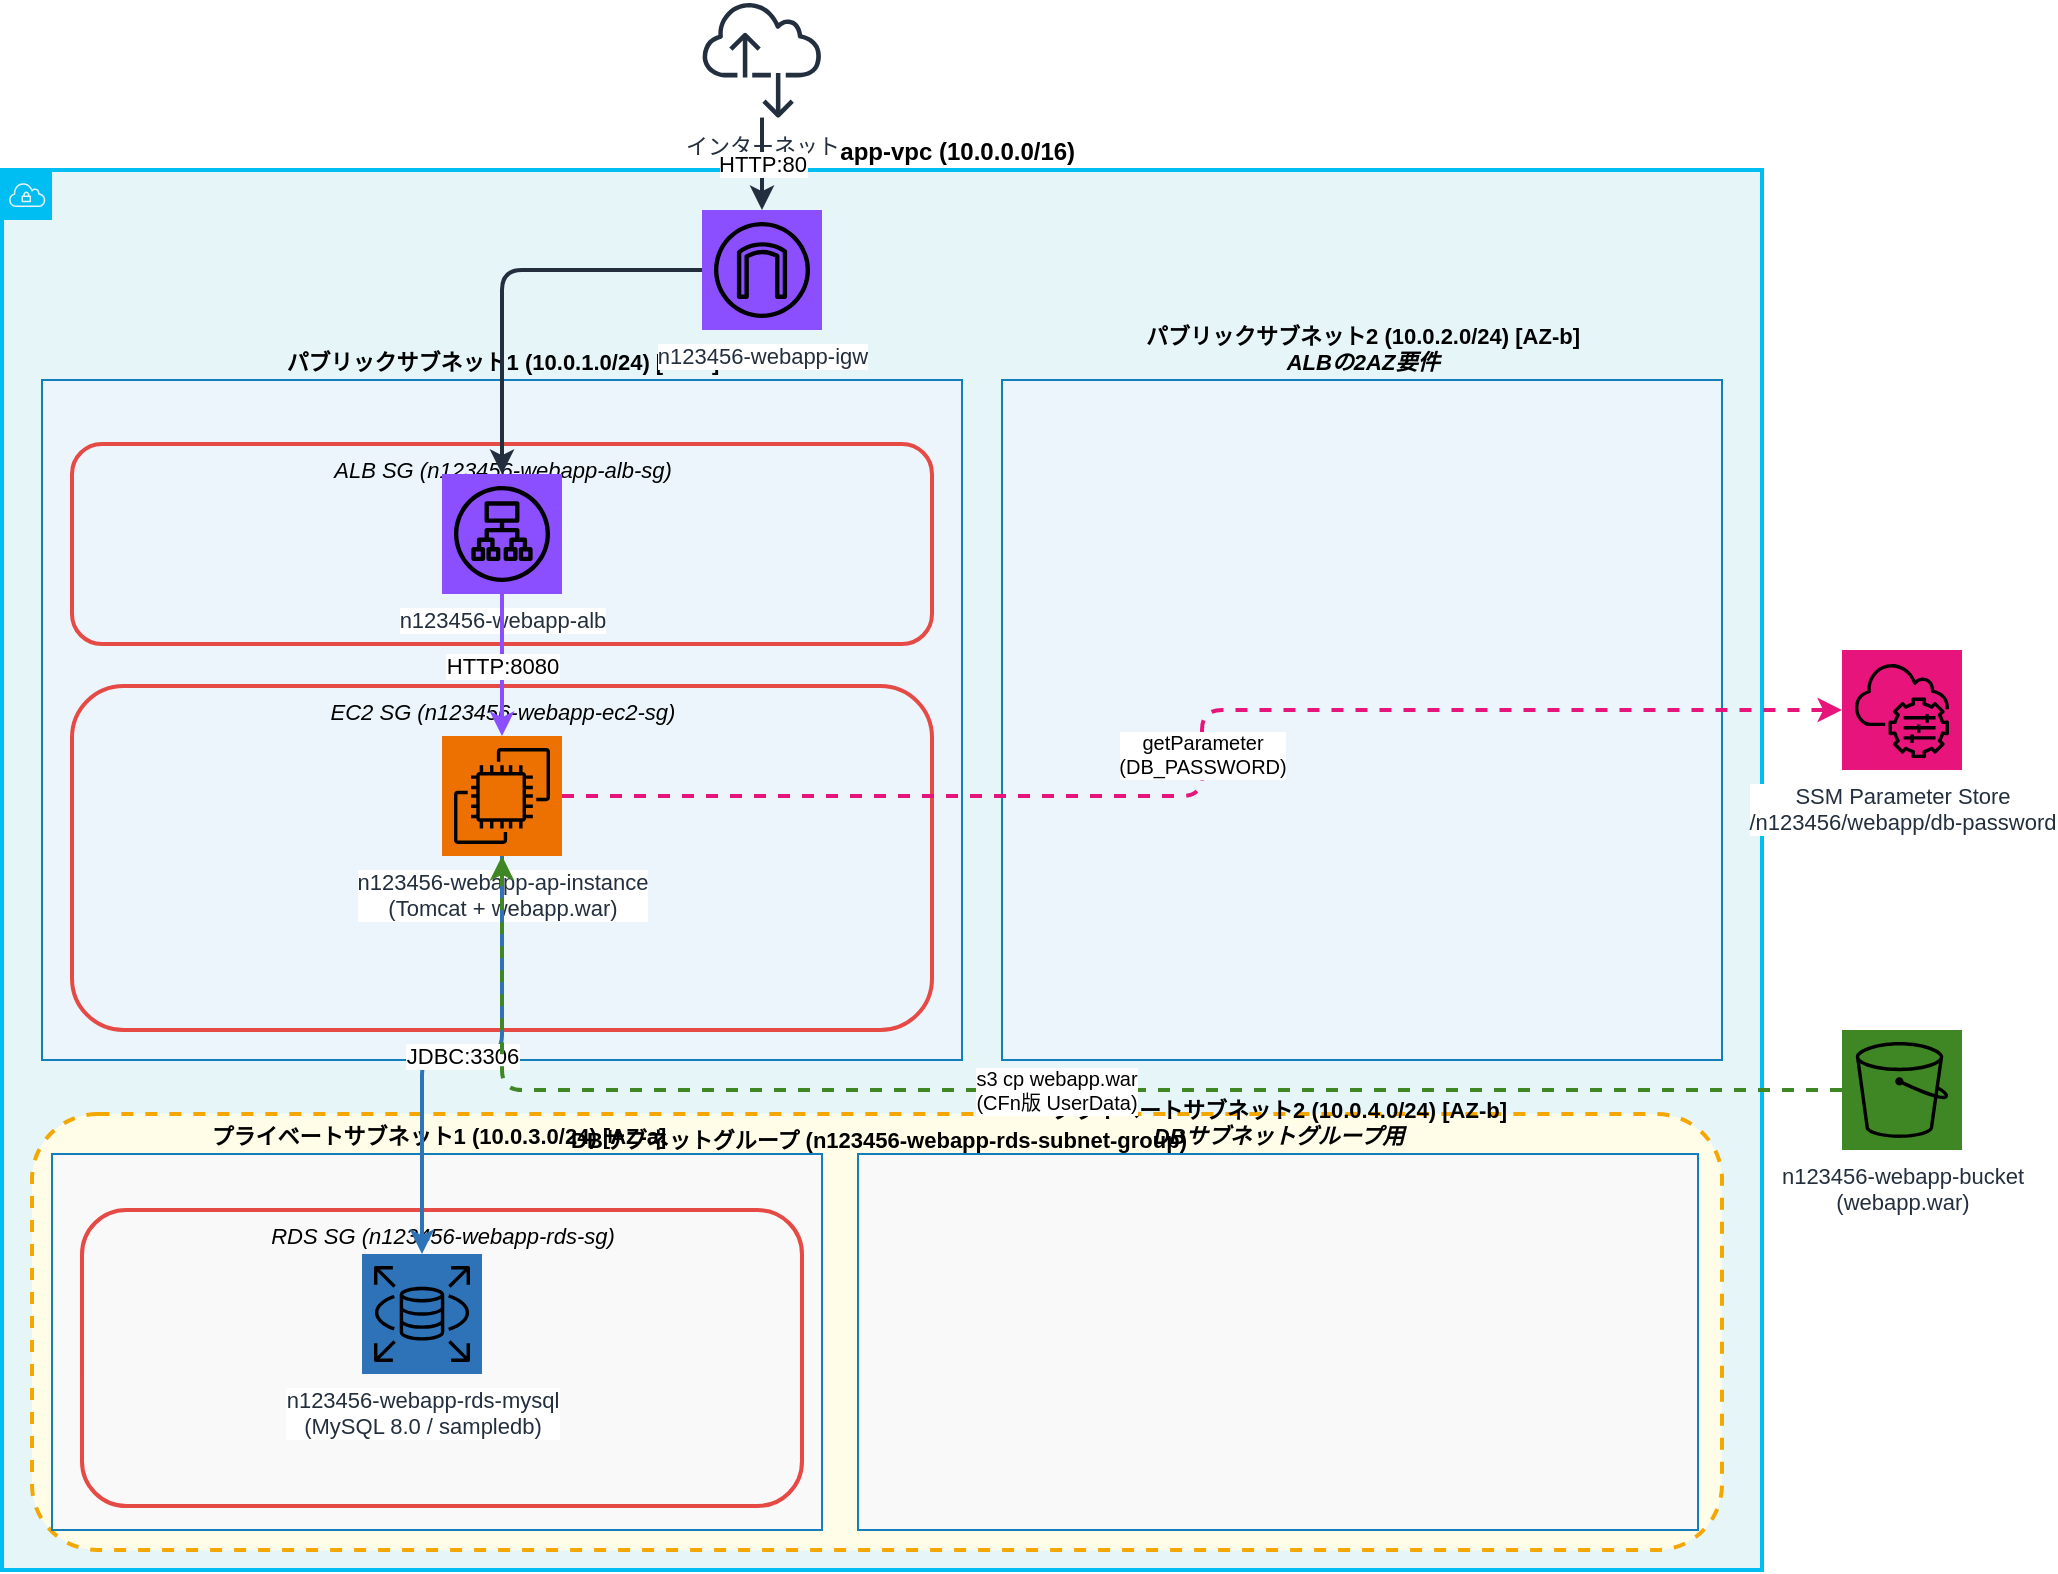
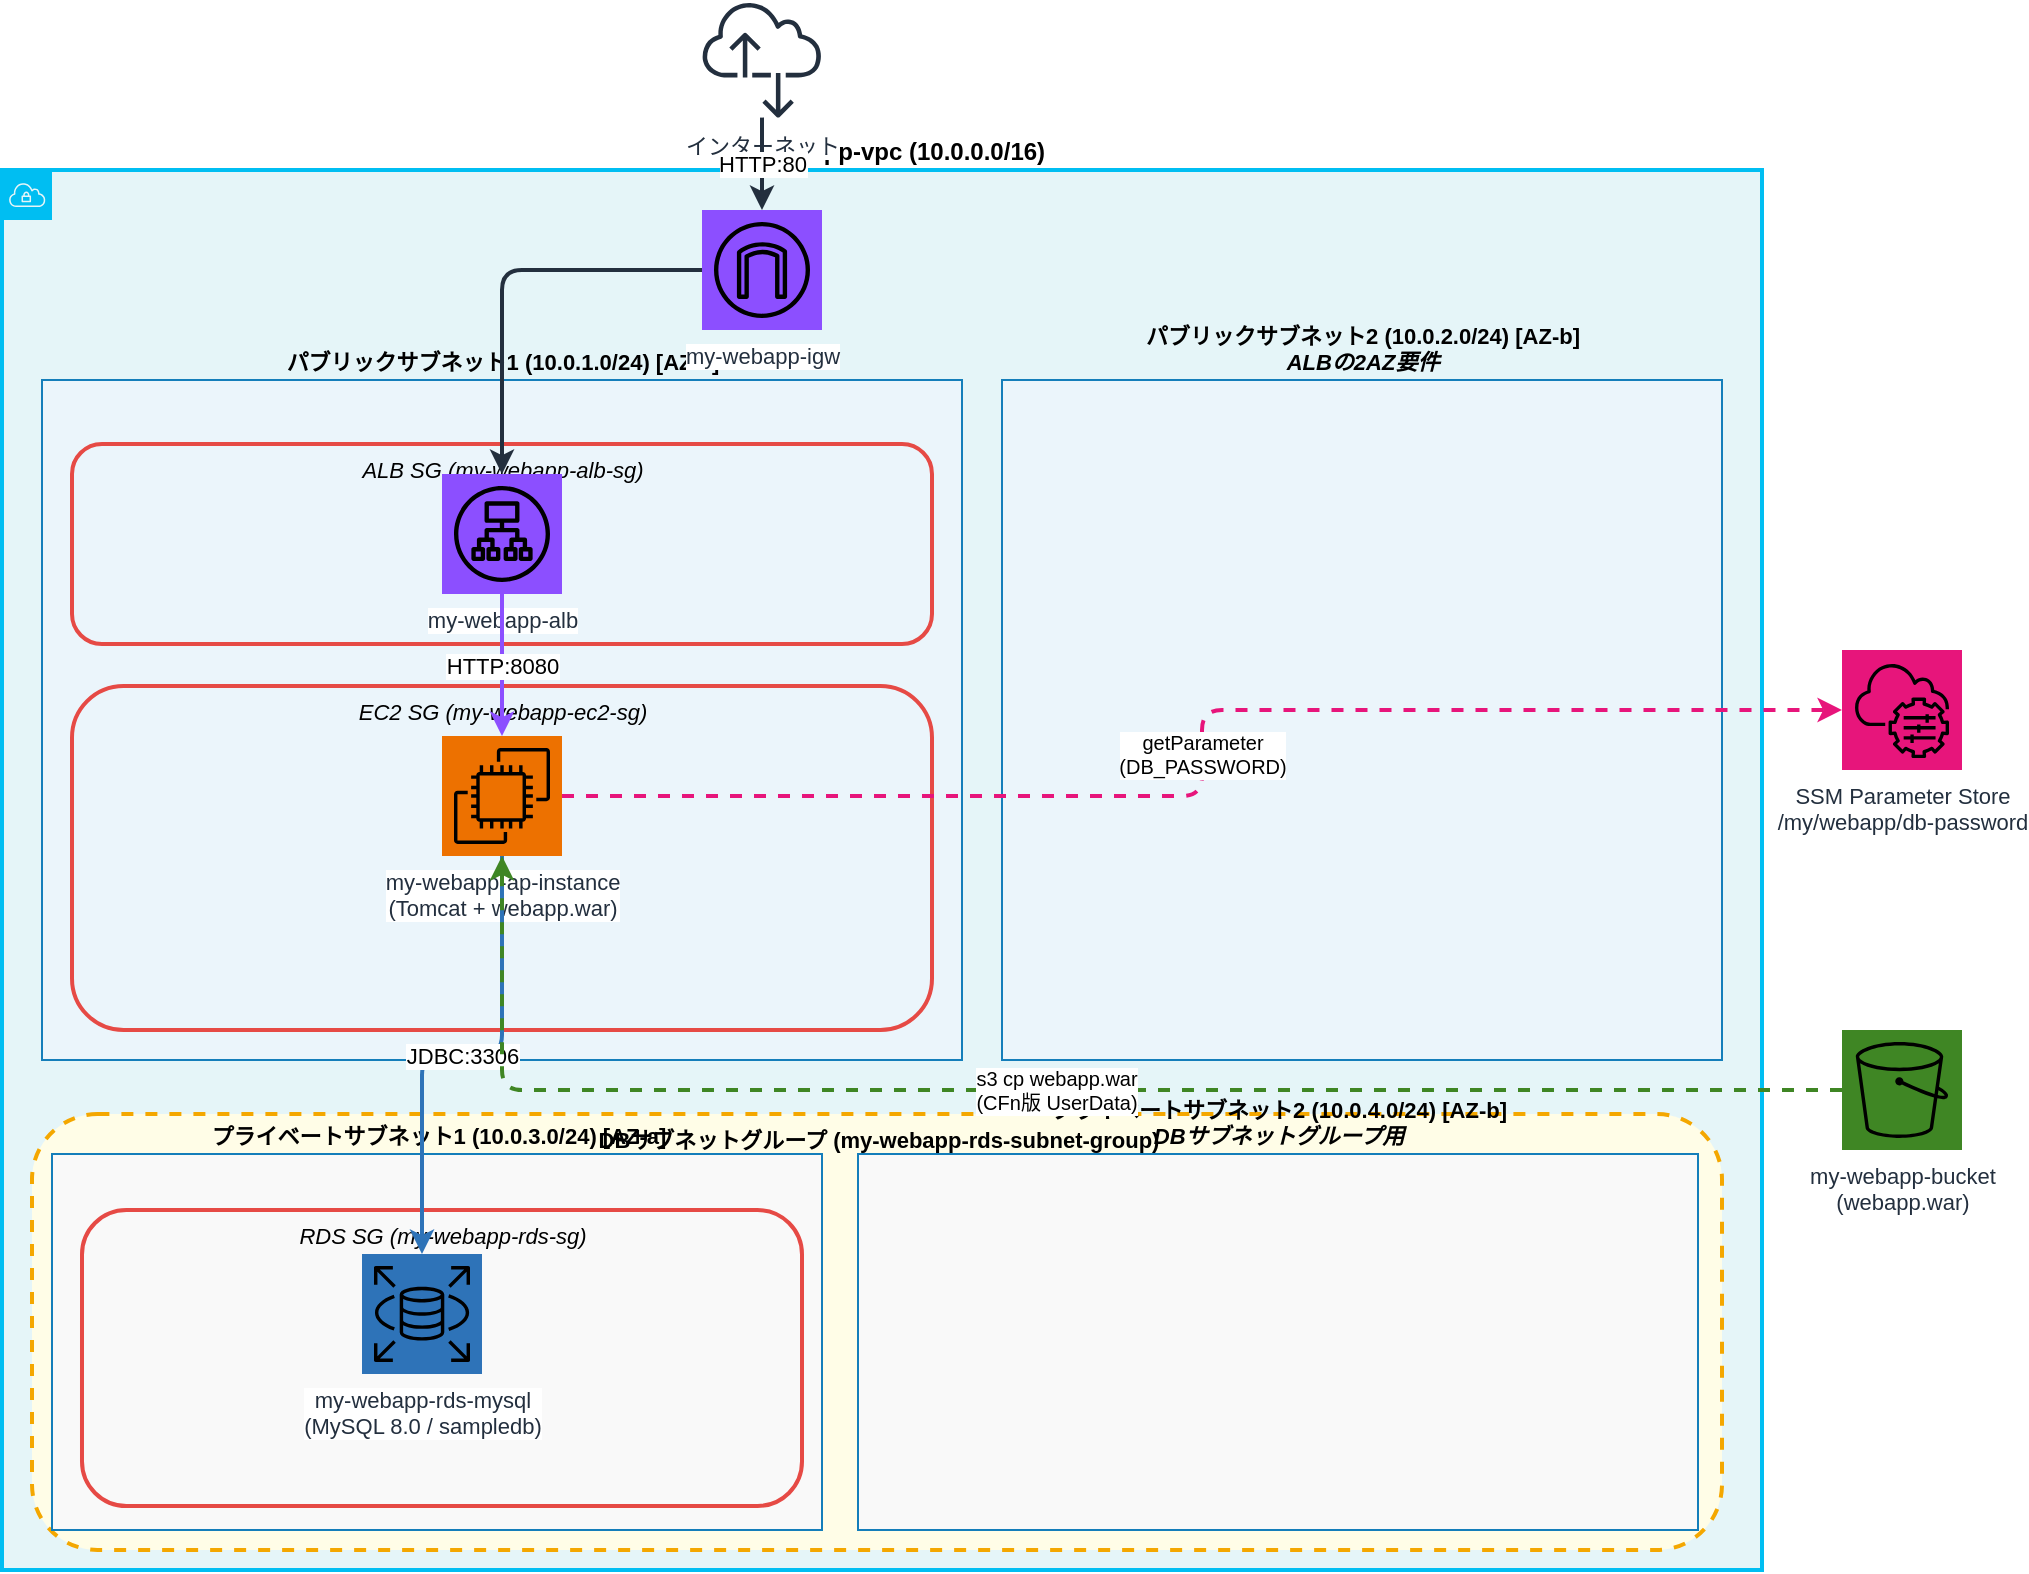
<mxGraphModel dx="1212" dy="978" grid="1" gridSize="10" guides="1"
  tooltips="1" connect="1" arrows="1" fold="1" page="1" pageScale="1"
  pageWidth="1169" pageHeight="827" math="0" shadow="0">
  <root>
    <mxCell id="0"/>
    <mxCell id="1" parent="0"/>

    <!-- ============================================================ -->
    <!-- 1. VPC background -->
    <!-- ============================================================ -->
-     <mxCell id="3" value="&lt;b&gt;n123456-webapp-vpc&lt;/b&gt; (10.0.0.0/16)"
+     <mxCell id="3" value="&lt;b&gt;my-webapp-vpc&lt;/b&gt; (10.0.0.0/16)"
      style="points=[[0,0],[0.25,0],[0.5,0],[0.75,0],[1,0],[1,0.25],[1,0.5],[1,0.75],[1,1],[0.75,1],[0.5,1],[0.25,1],[0,1],[0,0.75],[0,0.5],[0,0.25]];shape=mxgraph.aws4.group;grIcon=mxgraph.aws4.group_vpc;verticalLabelPosition=top;verticalAlign=bottom;fillColor=#E5F5F8;strokeColor=#00BEF2;strokeWidth=2;fontStyle=1;fontSize=12;align=center;html=1;"
      vertex="1" parent="1">
      <mxGeometry x="130" y="100" width="880" height="700" as="geometry"/>
    </mxCell>

    <!-- ============================================================ -->
    <!-- 2. DBサブネットグループ（黄色点線、プライベートサブネットの背景） -->
    <!-- ============================================================ -->
-     <mxCell id="4" value="DBサブネットグループ (n123456-webapp-rds-subnet-group)"
+     <mxCell id="4" value="DBサブネットグループ (my-webapp-rds-subnet-group)"
      style="strokeDasharray=8 4;strokeColor=#F4A700;strokeWidth=2;fillColor=#FFFDE7;fontStyle=1;fontSize=11;align=center;verticalAlign=top;rounded=1;html=1;dashed=1;"
      vertex="1" parent="1">
      <mxGeometry x="145" y="572" width="845" height="218" as="geometry"/>
    </mxCell>

    <!-- ============================================================ -->
    <!-- 3. パブリック/プライベートサブネット -->
    <!-- ============================================================ -->
    <mxCell id="5" value="&lt;b&gt;パブリックサブネット1 (10.0.1.0/24) [AZ-a]&lt;/b&gt;"
      style="points=[[0,0],[0.25,0],[0.5,0],[0.75,0],[1,0],[1,0.25],[1,0.5],[1,0.75],[1,1],[0.75,1],[0.5,1],[0.25,1],[0,1],[0,0.75],[0,0.5],[0,0.25]];shape=mxgraph.aws4.group;grIcon=mxgraph.aws4.group_public_subnet;verticalLabelPosition=top;verticalAlign=bottom;fillColor=#EBF5FB;strokeColor=#147EBA;strokeWidth=1;fontStyle=1;fontSize=11;align=center;html=1;"
      vertex="1" parent="1">
      <mxGeometry x="150" y="205" width="460" height="340" as="geometry"/>
    </mxCell>

    <mxCell id="6" value="&lt;b&gt;パブリックサブネット2 (10.0.2.0/24) [AZ-b]&lt;/b&gt;&lt;br&gt;&lt;i&gt;ALBの2AZ要件&lt;/i&gt;"
      style="points=[[0,0],[0.25,0],[0.5,0],[0.75,0],[1,0],[1,0.25],[1,0.5],[1,0.75],[1,1],[0.75,1],[0.5,1],[0.25,1],[0,1],[0,0.75],[0,0.5],[0,0.25]];shape=mxgraph.aws4.group;grIcon=mxgraph.aws4.group_public_subnet;verticalLabelPosition=top;verticalAlign=bottom;fillColor=#EBF5FB;strokeColor=#147EBA;strokeWidth=1;fontStyle=1;fontSize=11;align=center;html=1;"
      vertex="1" parent="1">
      <mxGeometry x="630" y="205" width="360" height="340" as="geometry"/>
    </mxCell>

    <mxCell id="7" value="&lt;b&gt;プライベートサブネット1 (10.0.3.0/24) [AZ-a]&lt;/b&gt;"
      style="points=[[0,0],[0.25,0],[0.5,0],[0.75,0],[1,0],[1,0.25],[1,0.5],[1,0.75],[1,1],[0.75,1],[0.5,1],[0.25,1],[0,1],[0,0.75],[0,0.5],[0,0.25]];shape=mxgraph.aws4.group;grIcon=mxgraph.aws4.group_private_subnet;verticalLabelPosition=top;verticalAlign=bottom;fillColor=#F9F9F9;strokeColor=#147EBA;strokeWidth=1;fontStyle=1;fontSize=11;align=center;html=1;"
      vertex="1" parent="1">
      <mxGeometry x="155" y="592" width="385" height="188" as="geometry"/>
    </mxCell>

    <mxCell id="8" value="&lt;b&gt;プライベートサブネット2 (10.0.4.0/24) [AZ-b]&lt;/b&gt;&lt;br&gt;&lt;i&gt;DBサブネットグループ用&lt;/i&gt;"
      style="points=[[0,0],[0.25,0],[0.5,0],[0.75,0],[1,0],[1,0.25],[1,0.5],[1,0.75],[1,1],[0.75,1],[0.5,1],[0.25,1],[0,1],[0,0.75],[0,0.5],[0,0.25]];shape=mxgraph.aws4.group;grIcon=mxgraph.aws4.group_private_subnet;verticalLabelPosition=top;verticalAlign=bottom;fillColor=#F9F9F9;strokeColor=#147EBA;strokeWidth=1;fontStyle=1;fontSize=11;align=center;html=1;"
      vertex="1" parent="1">
      <mxGeometry x="558" y="592" width="420" height="188" as="geometry"/>
    </mxCell>

    <!-- ============================================================ -->
    <!-- 4. セキュリティグループボックス（赤点線） -->
    <!-- ============================================================ -->
-     <mxCell id="9" value="ALB SG (n123456-webapp-alb-sg)"
+     <mxCell id="9" value="ALB SG (my-webapp-alb-sg)"
      style="strokeDasharray=8 4;strokeColor=#E64A45;strokeWidth=2;fillColor=none;fontStyle=2;fontSize=11;align=center;verticalAlign=top;rounded=1;html=1;"
      vertex="1" parent="1">
      <mxGeometry x="165" y="237" width="430" height="100" as="geometry"/>
    </mxCell>

-     <mxCell id="10" value="EC2 SG (n123456-webapp-ec2-sg)"
+     <mxCell id="10" value="EC2 SG (my-webapp-ec2-sg)"
      style="strokeDasharray=8 4;strokeColor=#E64A45;strokeWidth=2;fillColor=none;fontStyle=2;fontSize=11;align=center;verticalAlign=top;rounded=1;html=1;"
      vertex="1" parent="1">
      <mxGeometry x="165" y="358" width="430" height="172" as="geometry"/>
    </mxCell>

-     <mxCell id="11" value="RDS SG (n123456-webapp-rds-sg)"
+     <mxCell id="11" value="RDS SG (my-webapp-rds-sg)"
      style="strokeDasharray=8 4;strokeColor=#E64A45;strokeWidth=2;fillColor=none;fontStyle=2;fontSize=11;align=center;verticalAlign=top;rounded=1;html=1;"
      vertex="1" parent="1">
      <mxGeometry x="170" y="620" width="360" height="148" as="geometry"/>
    </mxCell>

    <!-- ============================================================ -->
    <!-- 5. AWSリソースアイコン -->
    <!-- ============================================================ -->

    <!-- Internet -->
    <mxCell id="2" value="インターネット"
      style="outlineConnect=0;fontColor=#232F3E;gradientColor=none;strokeColor=none;fillColor=#232F3E;labelBackgroundColor=#ffffff;align=center;html=1;fontSize=11;fontStyle=0;aspect=fixed;verticalLabelPosition=bottom;verticalAlign=top;shape=mxgraph.aws4.internet_alt2;"
      vertex="1" parent="1">
      <mxGeometry x="480" y="15" width="60" height="60" as="geometry"/>
    </mxCell>

    <!-- IGW -->
-     <mxCell id="12" value="n123456-webapp-igw"
+     <mxCell id="12" value="my-webapp-igw"
      style="outlineConnect=0;fontColor=#232F3E;gradientColor=none;strokeColor=none;fillColor=#8C4FFF;labelBackgroundColor=#ffffff;align=center;html=1;fontSize=11;fontStyle=0;aspect=fixed;verticalLabelPosition=bottom;verticalAlign=top;shape=mxgraph.aws4.resourceIcon;resIcon=mxgraph.aws4.internet_gateway;"
      vertex="1" parent="1">
      <mxGeometry x="480" y="120" width="60" height="60" as="geometry"/>
    </mxCell>

    <!-- ALB -->
-     <mxCell id="13" value="n123456-webapp-alb"
+     <mxCell id="13" value="my-webapp-alb"
      style="outlineConnect=0;fontColor=#232F3E;gradientColor=none;strokeColor=none;fillColor=#8C4FFF;labelBackgroundColor=#ffffff;align=center;html=1;fontSize=11;fontStyle=0;aspect=fixed;verticalLabelPosition=bottom;verticalAlign=top;shape=mxgraph.aws4.resourceIcon;resIcon=mxgraph.aws4.application_load_balancer;"
      vertex="1" parent="1">
      <mxGeometry x="350" y="252" width="60" height="60" as="geometry"/>
    </mxCell>

    <!-- EC2 -->
-     <mxCell id="14" value="n123456-webapp-ap-instance&lt;br&gt;(Tomcat + webapp.war)"
+     <mxCell id="14" value="my-webapp-ap-instance&lt;br&gt;(Tomcat + webapp.war)"
      style="outlineConnect=0;fontColor=#232F3E;gradientColor=none;strokeColor=none;fillColor=#ED7100;labelBackgroundColor=#ffffff;align=center;html=1;fontSize=11;fontStyle=0;aspect=fixed;verticalLabelPosition=bottom;verticalAlign=top;shape=mxgraph.aws4.resourceIcon;resIcon=mxgraph.aws4.ec2;"
      vertex="1" parent="1">
      <mxGeometry x="350" y="383" width="60" height="60" as="geometry"/>
    </mxCell>

    <!-- RDS -->
-     <mxCell id="15" value="n123456-webapp-rds-mysql&lt;br&gt;(MySQL 8.0 / sampledb)"
+     <mxCell id="15" value="my-webapp-rds-mysql&lt;br&gt;(MySQL 8.0 / sampledb)"
      style="outlineConnect=0;fontColor=#232F3E;gradientColor=none;strokeColor=none;fillColor=#2E73B8;labelBackgroundColor=#ffffff;align=center;html=1;fontSize=11;fontStyle=0;aspect=fixed;verticalLabelPosition=bottom;verticalAlign=top;shape=mxgraph.aws4.resourceIcon;resIcon=mxgraph.aws4.rds;"
      vertex="1" parent="1">
      <mxGeometry x="310" y="642" width="60" height="60" as="geometry"/>
    </mxCell>

    <!-- SSM Parameter Store (VPC右外) -->
-     <mxCell id="16" value="SSM Parameter Store&lt;br&gt;/n123456/webapp/db-password"
+     <mxCell id="16" value="SSM Parameter Store&lt;br&gt;/my/webapp/db-password"
      style="outlineConnect=0;fontColor=#232F3E;gradientColor=none;strokeColor=none;fillColor=#E7157B;labelBackgroundColor=#ffffff;align=center;html=1;fontSize=11;fontStyle=0;aspect=fixed;verticalLabelPosition=bottom;verticalAlign=top;shape=mxgraph.aws4.resourceIcon;resIcon=mxgraph.aws4.systems_manager;"
      vertex="1" parent="1">
      <mxGeometry x="1050" y="340" width="60" height="60" as="geometry"/>
    </mxCell>

    <!-- S3 (VPC右外) -->
-     <mxCell id="17" value="n123456-webapp-bucket&lt;br&gt;(webapp.war)"
+     <mxCell id="17" value="my-webapp-bucket&lt;br&gt;(webapp.war)"
      style="outlineConnect=0;fontColor=#232F3E;gradientColor=none;strokeColor=none;fillColor=#3F8624;labelBackgroundColor=#ffffff;align=center;html=1;fontSize=11;fontStyle=0;aspect=fixed;verticalLabelPosition=bottom;verticalAlign=top;shape=mxgraph.aws4.resourceIcon;resIcon=mxgraph.aws4.s3;"
      vertex="1" parent="1">
      <mxGeometry x="1050" y="530" width="60" height="60" as="geometry"/>
    </mxCell>

    <!-- ============================================================ -->
    <!-- 6. 矢印・エッジ（必ず最後に定義） -->
    <!-- ============================================================ -->

    <!-- Internet → IGW: HTTP:80 -->
    <mxCell id="18" value="HTTP:80"
      style="edgeStyle=orthogonalEdgeStyle;html=1;strokeColor=#232F3E;strokeWidth=2;fontSize=11;"
      edge="1" source="2" target="12" parent="1">
      <mxGeometry relative="1" as="geometry"/>
    </mxCell>

    <!-- IGW → ALB -->
    <mxCell id="19" value=""
      style="edgeStyle=orthogonalEdgeStyle;html=1;strokeColor=#232F3E;strokeWidth=2;fontSize=11;"
      edge="1" source="12" target="13" parent="1">
      <mxGeometry relative="1" as="geometry"/>
    </mxCell>

    <!-- ALB → EC2: HTTP:8080 -->
    <mxCell id="20" value="HTTP:8080"
      style="edgeStyle=orthogonalEdgeStyle;html=1;strokeColor=#8C4FFF;strokeWidth=2;fontSize=11;"
      edge="1" source="13" target="14" parent="1">
      <mxGeometry relative="1" as="geometry"/>
    </mxCell>

    <!-- EC2 → RDS: JDBC:3306 -->
    <mxCell id="21" value="JDBC:3306"
      style="edgeStyle=orthogonalEdgeStyle;html=1;strokeColor=#2E73B8;strokeWidth=2;fontSize=11;"
      edge="1" source="14" target="15" parent="1">
      <mxGeometry relative="1" as="geometry"/>
    </mxCell>

    <!-- EC2 → SSM: getParameter（点線） -->
    <mxCell id="22" value="getParameter&lt;br&gt;(DB_PASSWORD)"
      style="edgeStyle=orthogonalEdgeStyle;html=1;strokeColor=#E7157B;strokeWidth=2;fontSize=10;dashed=1;strokeDasharray=6 3;"
      edge="1" source="14" target="16" parent="1">
      <mxGeometry relative="1" as="geometry"/>
    </mxCell>

    <!-- S3 → EC2: webapp.war ダウンロード（点線、CFn版UserData） -->
    <mxCell id="23" value="s3 cp webapp.war&lt;br&gt;(CFn版 UserData)"
      style="edgeStyle=orthogonalEdgeStyle;html=1;strokeColor=#3F8624;strokeWidth=2;fontSize=10;dashed=1;strokeDasharray=6 3;"
      edge="1" source="17" target="14" parent="1">
      <mxGeometry relative="1" as="geometry"/>
    </mxCell>

  </root>
</mxGraphModel>
